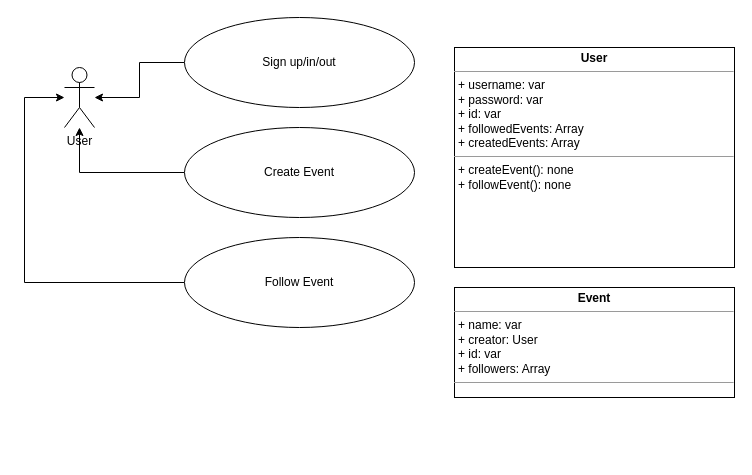
This is Domain-Diagram.drawio from We-Care/TashehHub, a draw.io file, before an edit. Source tidied: cells renumbered, new cells numbered last; positions are measured from the earlier drawing's top-left corner, leaving out a move shared by most shapes. Both pictures are drawn from the tidied source at 100%, with x=0, y=0 at pixel (24, 17).
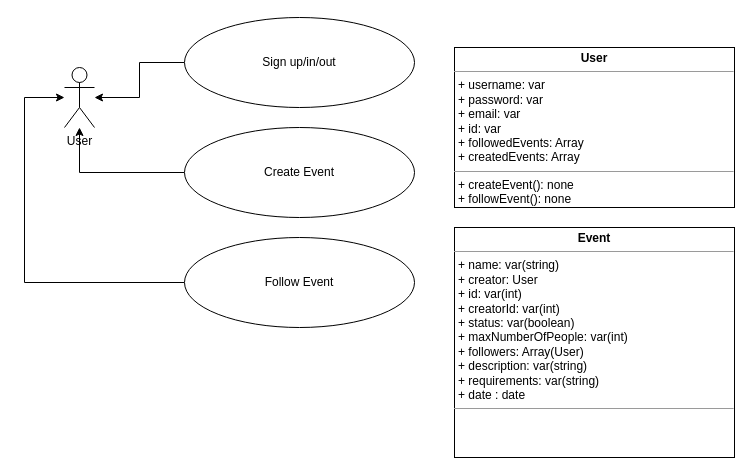
After the change.

What changed in the source:
```diff
@@
 <mxGraphModel>
   <root>
     <mxCell id="0" />
     <mxCell id="1" parent="0" />
     <mxCell id="2" value="User" style="shape=umlActor;verticalLabelPosition=bottom;labelBackgroundColor=#ffffff;verticalAlign=top;html=1;outlineConnect=0;" parent="1" vertex="1">
       <mxGeometry x="40" y="50" width="30" height="60" as="geometry" />
     </mxCell>
     <mxCell id="3" style="edgeStyle=orthogonalEdgeStyle;rounded=0;jettySize=auto;html=1;" parent="1" edge="1" source="4" target="2">
       <mxGeometry relative="1" as="geometry" />
     </mxCell>
     <mxCell id="4" value="Sign up/in/out" style="ellipse;whiteSpace=wrap;html=1;" parent="1" vertex="1">
       <mxGeometry x="160" width="230" height="90" as="geometry" />
     </mxCell>
     <mxCell id="5" style="edgeStyle=orthogonalEdgeStyle;rounded=0;jettySize=auto;html=1;" parent="1" edge="1" source="6" target="2">
       <mxGeometry relative="1" as="geometry">
         <Array as="points">
           <mxPoint x="55" y="155" />
         </Array>
       </mxGeometry>
     </mxCell>
     <mxCell id="6" value="Create Event" style="ellipse;whiteSpace=wrap;html=1;" parent="1" vertex="1">
       <mxGeometry x="160" y="110" width="230" height="90" as="geometry" />
     </mxCell>
     <mxCell id="7" style="edgeStyle=orthogonalEdgeStyle;rounded=0;jettySize=auto;html=1;" parent="1" edge="1" source="8" target="2">
       <mxGeometry relative="1" as="geometry">
         <Array as="points">
           <mxPoint y="265" />
           <mxPoint y="80" />
         </Array>
       </mxGeometry>
     </mxCell>
     <mxCell id="8" value="Follow Event" style="ellipse;whiteSpace=wrap;html=1;" parent="1" vertex="1">
       <mxGeometry x="160" y="220" width="230" height="90" as="geometry" />
     </mxCell>
-    <mxCell id="9" value="&lt;p style=&quot;margin: 0px ; margin-top: 4px ; text-align: center&quot;&gt;&lt;b&gt;User&lt;/b&gt;&lt;/p&gt;&lt;hr size=&quot;1&quot;&gt;&lt;p style=&quot;margin: 0px ; margin-left: 4px&quot;&gt;+ username: var&lt;/p&gt;&lt;p style=&quot;margin: 0px ; margin-left: 4px&quot;&gt;+ password: var&lt;br&gt;&lt;/p&gt;&lt;p style=&quot;margin: 0px ; margin-left: 4px&quot;&gt;+ id: var&lt;br&gt;&lt;/p&gt;&lt;p style=&quot;margin: 0px ; margin-left: 4px&quot;&gt;+ followedEvents: Array&lt;/p&gt;&lt;p style=&quot;margin: 0px ; margin-left: 4px&quot;&gt;+ createdEvents: Array&lt;/p&gt;&lt;hr size=&quot;1&quot;&gt;&lt;p style=&quot;margin: 0px ; margin-left: 4px&quot;&gt;+ createEvent(): none&lt;/p&gt;&lt;p style=&quot;margin: 0px ; margin-left: 4px&quot;&gt;+ followEvent(): none&lt;br&gt;&lt;/p&gt;" style="verticalAlign=top;align=left;overflow=fill;fontSize=12;fontFamily=Helvetica;html=1;" parent="1" vertex="1">
-      <mxGeometry x="430" y="30" width="280" height="220" as="geometry" />
+    <mxCell id="9" value="&lt;p style=&quot;margin: 0px ; margin-top: 4px ; text-align: center&quot;&gt;&lt;b&gt;User&lt;/b&gt;&lt;/p&gt;&lt;hr size=&quot;1&quot;&gt;&lt;p style=&quot;margin: 0px ; margin-left: 4px&quot;&gt;+ username: var&lt;/p&gt;&lt;p style=&quot;margin: 0px ; margin-left: 4px&quot;&gt;+ password: var&lt;/p&gt;&lt;p style=&quot;margin: 0px ; margin-left: 4px&quot;&gt;+ email: var&lt;/p&gt;&lt;p style=&quot;margin: 0px ; margin-left: 4px&quot;&gt;+ id: var&lt;br&gt;&lt;/p&gt;&lt;p style=&quot;margin: 0px ; margin-left: 4px&quot;&gt;+ followedEvents: Array&lt;/p&gt;&lt;p style=&quot;margin: 0px ; margin-left: 4px&quot;&gt;+ createdEvents: Array&lt;/p&gt;&lt;hr size=&quot;1&quot;&gt;&lt;p style=&quot;margin: 0px ; margin-left: 4px&quot;&gt;+ createEvent(): none&lt;/p&gt;&lt;p style=&quot;margin: 0px ; margin-left: 4px&quot;&gt;+ followEvent(): none&lt;br&gt;&lt;/p&gt;" style="verticalAlign=top;align=left;overflow=fill;fontSize=12;fontFamily=Helvetica;html=1;" parent="1" vertex="1">
+      <mxGeometry x="430" y="30" width="280" height="160" as="geometry" />
     </mxCell>
-    <mxCell id="10" value="&lt;p style=&quot;margin: 0px ; margin-top: 4px ; text-align: center&quot;&gt;&lt;b&gt;Event&lt;/b&gt;&lt;/p&gt;&lt;hr size=&quot;1&quot;&gt;&lt;p style=&quot;margin: 0px ; margin-left: 4px&quot;&gt;+ name: var&lt;/p&gt;&lt;p style=&quot;margin: 0px ; margin-left: 4px&quot;&gt;+ creator: User&lt;br&gt;&lt;/p&gt;&lt;p style=&quot;margin: 0px ; margin-left: 4px&quot;&gt;+ id: var&lt;br&gt;&lt;/p&gt;&lt;p style=&quot;margin: 0px ; margin-left: 4px&quot;&gt;+ followers: Array&lt;/p&gt;&lt;hr size=&quot;1&quot;&gt;&lt;p style=&quot;margin: 0px ; margin-left: 4px&quot;&gt;&lt;br&gt;&lt;/p&gt;" style="verticalAlign=top;align=left;overflow=fill;fontSize=12;fontFamily=Helvetica;html=1;" parent="1" vertex="1">
-      <mxGeometry x="430" y="270" width="280" height="110" as="geometry" />
+    <mxCell id="10" value="&lt;p style=&quot;margin: 0px ; margin-top: 4px ; text-align: center&quot;&gt;&lt;b&gt;Event&lt;/b&gt;&lt;/p&gt;&lt;hr size=&quot;1&quot;&gt;&lt;p style=&quot;margin: 0px ; margin-left: 4px&quot;&gt;+ name: var(string)&lt;/p&gt;&lt;p style=&quot;margin: 0px ; margin-left: 4px&quot;&gt;+ creator: User&lt;br&gt;&lt;/p&gt;&lt;p style=&quot;margin: 0px ; margin-left: 4px&quot;&gt;+ id: var(int)&lt;br&gt;&lt;/p&gt;&lt;p style=&quot;margin: 0px ; margin-left: 4px&quot;&gt;+ creatorId: var(int)&lt;/p&gt;&lt;p style=&quot;margin: 0px ; margin-left: 4px&quot;&gt;+ status: var(boolean)&lt;/p&gt;&lt;p style=&quot;margin: 0px ; margin-left: 4px&quot;&gt;+ maxNumberOfPeople: var(int)&lt;/p&gt;&lt;p style=&quot;margin: 0px ; margin-left: 4px&quot;&gt;+ followers: Array(User)&lt;/p&gt;&lt;p style=&quot;margin: 0px ; margin-left: 4px&quot;&gt;+ description: var(string)&lt;/p&gt;&lt;p style=&quot;margin: 0px ; margin-left: 4px&quot;&gt;+ requirements: var(string)&lt;/p&gt;&lt;p style=&quot;margin: 0px ; margin-left: 4px&quot;&gt;+ date : date&lt;/p&gt;&lt;hr size=&quot;1&quot;&gt;&lt;p style=&quot;margin: 0px ; margin-left: 4px&quot;&gt;&lt;br&gt;&lt;/p&gt;" style="verticalAlign=top;align=left;overflow=fill;fontSize=12;fontFamily=Helvetica;html=1;" parent="1" vertex="1">
+      <mxGeometry x="430" y="210" width="280" height="230" as="geometry" />
     </mxCell>
   </root>
 </mxGraphModel>
```
